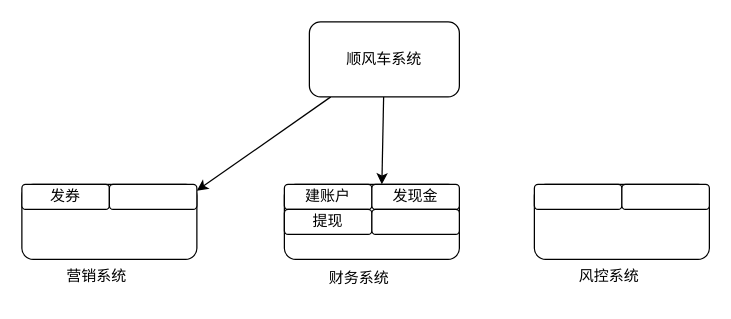
liufuchen88/test2 keeps this draw.io diagram as page "乘客拉新活动系统交互图2.12" (16 of 16) of Untitled Diagram.drawio. Above is the earlier version. Source tidied: cells renumbered, new cells numbered last; positions are measured from the earlier drawing's top-left corner, leaving out a move shared by most shapes. Both pictures are drawn from the tidied source at 125%, with x=0, y=0 at pixel (21, 21).
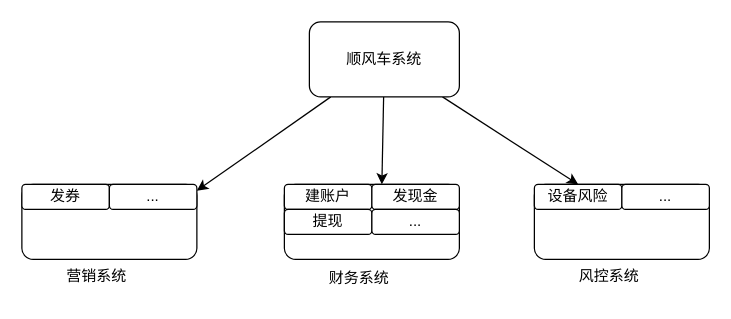
After the change.

The change refers to these unchanged cells:
```xml
<mxCell id="4" value="顺风车系统" style="rounded=1;whiteSpace=wrap;html=1;" parent="1" vertex="1">
  <mxGeometry x="230" width="120" height="60" as="geometry" />
</mxCell>
```

The edit, as a diff of the source:
```diff
@@
+    <mxCell id="19" style="edgeStyle=none;rounded=0;jettySize=auto;html=1;entryX=0.5;entryY=0;entryDx=0;entryDy=0;" parent="1" edge="1" source="4" target="15">
+      <mxGeometry relative="1" as="geometry" />
+    </mxCell>
@@
-    <mxCell id="8" style="rounded=1;whiteSpace=wrap;html=1;" parent="1" vertex="1">
+    <mxCell id="8" value="..." style="rounded=1;whiteSpace=wrap;html=1;" parent="1" vertex="1">
       <mxGeometry x="70" y="130" width="70" height="20" as="geometry" />
     </mxCell>
@@
-    <mxCell id="15" style="rounded=1;whiteSpace=wrap;html=1;" parent="1" vertex="1">
+    <mxCell id="15" value="设备风险" style="rounded=1;whiteSpace=wrap;html=1;" parent="1" vertex="1">
       <mxGeometry x="410" y="130" width="70" height="20" as="geometry" />
     </mxCell>
-    <mxCell id="16" style="rounded=1;whiteSpace=wrap;html=1;" parent="1" vertex="1">
+    <mxCell id="16" value="..." style="rounded=1;whiteSpace=wrap;html=1;" parent="1" vertex="1">
       <mxGeometry x="480" y="130" width="70" height="20" as="geometry" />
     </mxCell>
@@
-    <mxCell id="18" style="rounded=1;whiteSpace=wrap;html=1;" parent="1" vertex="1">
+    <mxCell id="18" value="..." style="rounded=1;whiteSpace=wrap;html=1;" parent="1" vertex="1">
       <mxGeometry x="280" y="150" width="70" height="20" as="geometry" />
     </mxCell>
```
